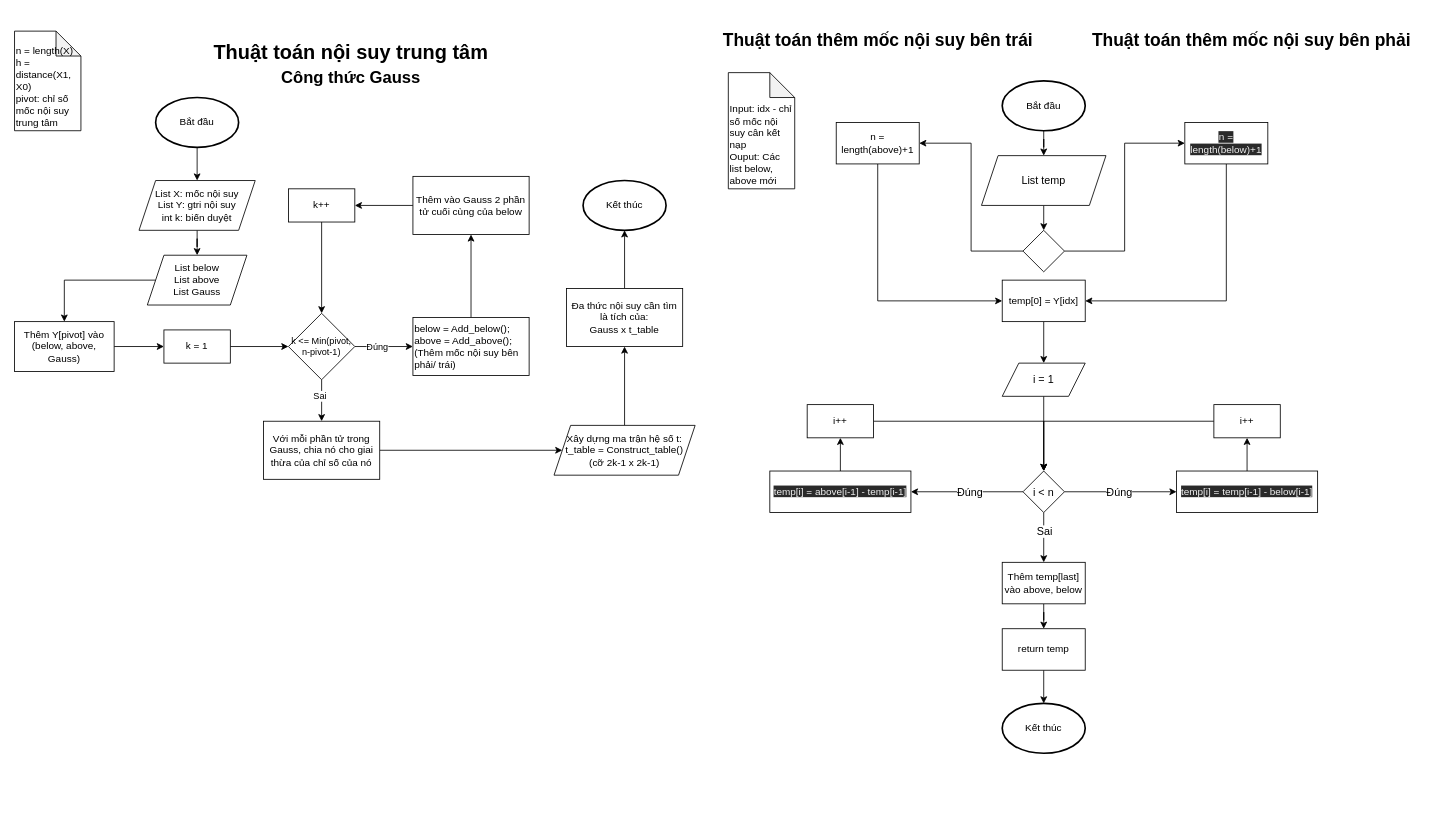
heiung2001/Numerical-Method keeps this draw.io diagram as Week05/Algorithms/Gauss-Central-Interpolation.drawio. Above is the earlier version. Source tidied: cells renumbered, new cells numbered last; positions are measured from the earlier drawing's top-left corner, leaving out a move shared by most shapes. Both pictures are drawn from the tidied source at 83%, with x=0, y=0 at pixel (14, 14).
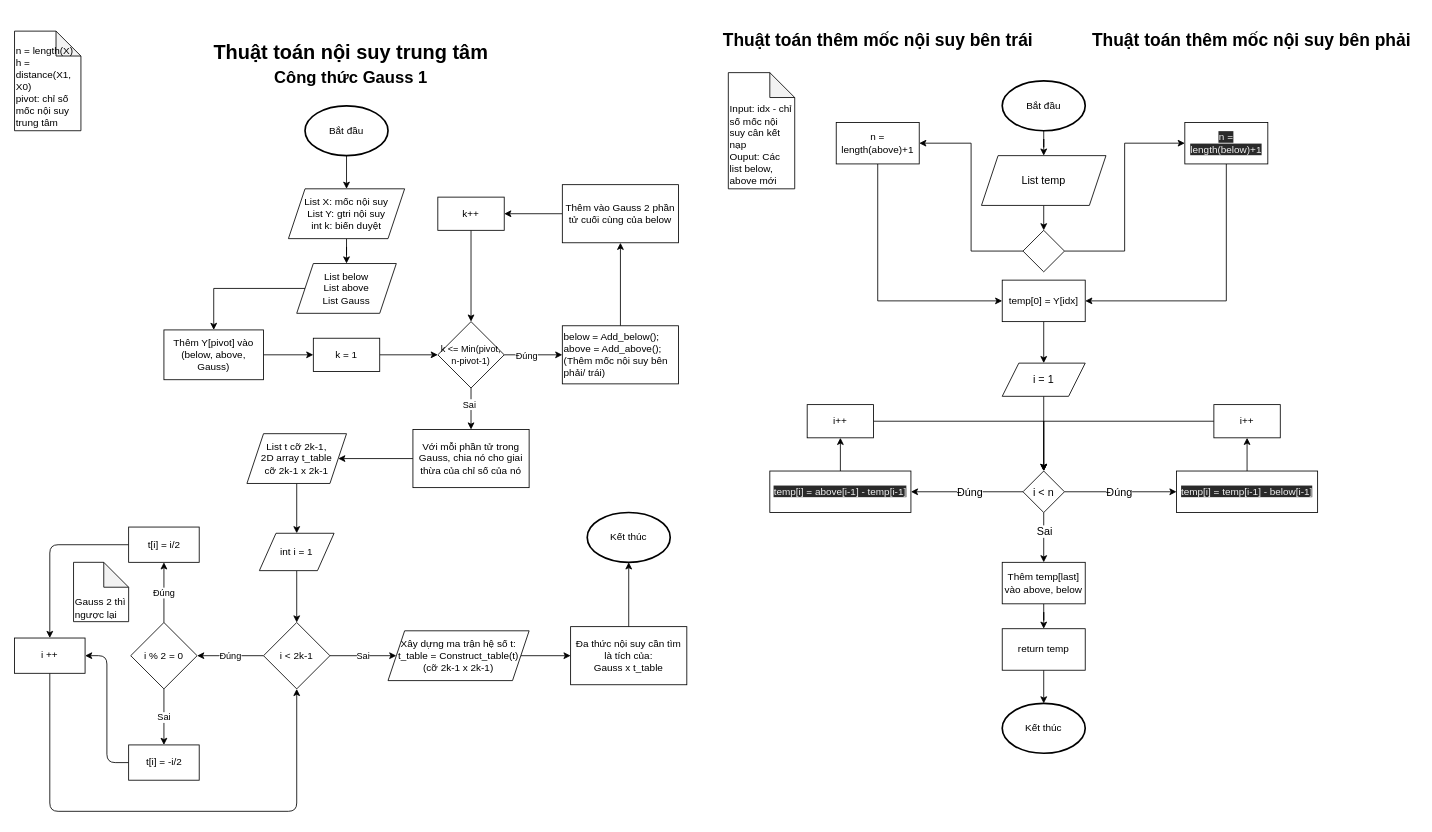
The same page after the edit.

What changed in the source:
```diff
@@
-    <mxCell id="2" value="Thuật toán nội suy trung tâm&lt;br&gt;&lt;font style=&quot;font-size: 20px&quot;&gt;Công thức Gauss&lt;/font&gt;" style="text;strokeColor=none;fillColor=none;html=1;fontSize=24;fontStyle=1;verticalAlign=middle;align=center;" parent="1" vertex="1">
+    <mxCell id="2" value="Thuật toán nội suy trung tâm&lt;br&gt;&lt;font style=&quot;font-size: 20px&quot;&gt;Công thức Gauss 1&lt;/font&gt;" style="text;strokeColor=none;fillColor=none;html=1;fontSize=24;fontStyle=1;verticalAlign=middle;align=center;" parent="1" vertex="1">
       <mxGeometry x="230" y="40" width="350" height="40" as="geometry" />
     </mxCell>
@@
     <mxCell id="4" value="Bắt đầu" style="strokeWidth=2;html=1;shape=mxgraph.flowchart.start_1;whiteSpace=wrap;" parent="1" vertex="1">
-      <mxGeometry x="170" y="100" width="100" height="60" as="geometry" />
+      <mxGeometry x="350" y="110" width="100" height="60" as="geometry" />
     </mxCell>
@@
     <mxCell id="6" value="List X: mốc nội suy&lt;br&gt;List Y: gtri nội suy&lt;br&gt;int k: biến duyệt" style="shape=parallelogram;perimeter=parallelogramPerimeter;whiteSpace=wrap;html=1;fixedSize=1;verticalAlign=middle;" parent="1" vertex="1">
-      <mxGeometry x="150" y="200" width="140" height="60" as="geometry" />
+      <mxGeometry x="330" y="210" width="140" height="60" as="geometry" />
     </mxCell>
@@
     <mxCell id="8" value="List below&lt;br&gt;List above&lt;br&gt;List Gauss" style="shape=parallelogram;perimeter=parallelogramPerimeter;whiteSpace=wrap;html=1;fixedSize=1;" parent="1" vertex="1">
-      <mxGeometry x="160" y="290" width="120" height="60" as="geometry" />
+      <mxGeometry x="340" y="300" width="120" height="60" as="geometry" />
     </mxCell>
@@
     <mxCell id="11" value="k = 1" style="rounded=0;whiteSpace=wrap;html=1;align=center;verticalAlign=middle;" parent="1" vertex="1">
-      <mxGeometry x="180" y="380" width="80" height="40" as="geometry" />
+      <mxGeometry x="360" y="390" width="80" height="40" as="geometry" />
     </mxCell>
@@
     <mxCell id="16" value="k &amp;lt;= Min(pivot, n-pivot-1)" style="rhombus;whiteSpace=wrap;html=1;align=center;verticalAlign=middle;fontSize=11;" parent="1" vertex="1">
-      <mxGeometry x="330" y="360" width="80" height="80" as="geometry" />
+      <mxGeometry x="510" y="370" width="80" height="80" as="geometry" />
     </mxCell>
@@
     <mxCell id="18" value="below = Add_below();&lt;br&gt;above = Add_above();&lt;br&gt;(Thêm mốc nội suy bên phải/ trái)" style="rounded=0;whiteSpace=wrap;html=1;align=left;verticalAlign=top;" parent="1" vertex="1">
-      <mxGeometry x="480" y="365" width="140" height="70" as="geometry" />
+      <mxGeometry x="660" y="375" width="140" height="70" as="geometry" />
     </mxCell>
@@
     <mxCell id="20" value="Thêm Y[pivot] vào (below, above, Gauss)" style="rounded=0;whiteSpace=wrap;html=1;align=center;verticalAlign=middle;" parent="1" vertex="1">
-      <mxGeometry y="370" width="120" height="60" as="geometry" />
+      <mxGeometry x="180" y="380" width="120" height="60" as="geometry" />
     </mxCell>
@@
     <mxCell id="22" value="Thêm vào Gauss 2 phần tử cuối cùng của below" style="rounded=0;whiteSpace=wrap;html=1;align=center;verticalAlign=middle;" parent="1" vertex="1">
-      <mxGeometry x="480" y="195" width="140" height="70" as="geometry" />
+      <mxGeometry x="660" y="205" width="140" height="70" as="geometry" />
     </mxCell>
@@
     <mxCell id="24" value="k++" style="rounded=0;whiteSpace=wrap;html=1;align=center;verticalAlign=middle;" parent="1" vertex="1">
-      <mxGeometry x="330" y="210" width="80" height="40" as="geometry" />
+      <mxGeometry x="510" y="220" width="80" height="40" as="geometry" />
     </mxCell>
-    <mxCell id="25" style="edgeStyle=orthogonalEdgeStyle;rounded=0;jettySize=auto;html=1;entryX=0;entryY=0.5;entryDx=0;entryDy=0;fontSize=11;" parent="1" edge="1" source="26" target="28">
-      <mxGeometry relative="1" as="geometry" />
-    </mxCell>
+    <mxCell id="70" style="edgeStyle=orthogonalEdgeStyle;html=1;" parent="1" edge="1" source="26" target="72">
+      <mxGeometry relative="1" as="geometry" />
+    </mxCell>
     <mxCell id="26" value="Với mỗi phần tử trong Gauss, chia nó cho giai thừa của chỉ số của nó" style="rounded=0;whiteSpace=wrap;html=1;align=center;verticalAlign=middle;" parent="1" vertex="1">
-      <mxGeometry x="300" y="490" width="140" height="70" as="geometry" />
+      <mxGeometry x="480" y="500" width="140" height="70" as="geometry" />
     </mxCell>
-    <mxCell id="27" style="edgeStyle=orthogonalEdgeStyle;rounded=0;jettySize=auto;html=1;entryX=0.5;entryY=1;entryDx=0;entryDy=0;fontSize=11;" parent="1" edge="1" source="28" target="30">
+    <mxCell id="27" style="edgeStyle=orthogonalEdgeStyle;rounded=0;jettySize=auto;html=1;entryX=0;entryY=0.5;entryDx=0;entryDy=0;fontSize=11;" parent="1" edge="1" source="28" target="30">
       <mxGeometry relative="1" as="geometry" />
     </mxCell>
-    <mxCell id="28" value="Xây dựng ma trận hệ số t:&lt;br&gt;t_table = Construct_table()&lt;br&gt;(cỡ 2k-1 x 2k-1)" style="shape=parallelogram;perimeter=parallelogramPerimeter;whiteSpace=wrap;html=1;fixedSize=1;" parent="1" vertex="1">
-      <mxGeometry x="650" y="495" width="170" height="60" as="geometry" />
+    <mxCell id="28" value="Xây dựng ma trận hệ số t:&lt;br&gt;t_table = Construct_table(t)&lt;br&gt;(cỡ 2k-1 x 2k-1)" style="shape=parallelogram;perimeter=parallelogramPerimeter;whiteSpace=wrap;html=1;fixedSize=1;" parent="1" vertex="1">
+      <mxGeometry x="450" y="742.5" width="170" height="60" as="geometry" />
     </mxCell>
@@
     <mxCell id="30" value="Đa thức nội suy cần tìm là tích của:&lt;br&gt;Gauss x t_table" style="rounded=0;whiteSpace=wrap;html=1;align=center;verticalAlign=middle;" parent="1" vertex="1">
-      <mxGeometry x="665" y="330" width="140" height="70" as="geometry" />
+      <mxGeometry x="670" y="737.5" width="140" height="70" as="geometry" />
     </mxCell>
     <mxCell id="31" value="Kết thúc" style="strokeWidth=2;html=1;shape=mxgraph.flowchart.start_1;whiteSpace=wrap;" parent="1" vertex="1">
-      <mxGeometry x="685" y="200" width="100" height="60" as="geometry" />
+      <mxGeometry x="690" y="600" width="100" height="60" as="geometry" />
     </mxCell>
@@
+    <mxCell id="71" style="edgeStyle=orthogonalEdgeStyle;html=1;" parent="1" edge="1" source="72" target="74">
+      <mxGeometry relative="1" as="geometry" />
+    </mxCell>
+    <mxCell id="72" value="List t cỡ 2k-1,&lt;br&gt;2D array t_table&lt;br&gt;cỡ 2k-1 x 2k-1" style="shape=parallelogram;perimeter=parallelogramPerimeter;whiteSpace=wrap;html=1;fixedSize=1;rounded=0;" parent="1" vertex="1">
+      <mxGeometry x="280" y="505" width="120" height="60" as="geometry" />
+    </mxCell>
+    <mxCell id="73" style="edgeStyle=orthogonalEdgeStyle;html=1;" parent="1" edge="1" source="74" target="77">
+      <mxGeometry relative="1" as="geometry" />
+    </mxCell>
+    <mxCell id="74" value="int i = 1" style="shape=parallelogram;perimeter=parallelogramPerimeter;whiteSpace=wrap;html=1;fixedSize=1;rounded=0;" parent="1" vertex="1">
+      <mxGeometry x="295" y="625" width="90" height="45" as="geometry" />
+    </mxCell>
+    <mxCell id="75" value="Đúng" style="edgeStyle=orthogonalEdgeStyle;html=1;" parent="1" edge="1" source="77" target="80">
+      <mxGeometry relative="1" as="geometry" />
+    </mxCell>
+    <mxCell id="76" value="Sai" style="edgeStyle=orthogonalEdgeStyle;html=1;exitX=1;exitY=0.5;exitDx=0;exitDy=0;entryX=0;entryY=0.5;entryDx=0;entryDy=0;" parent="1" edge="1" source="77" target="28">
+      <mxGeometry relative="1" as="geometry" />
+    </mxCell>
+    <mxCell id="77" value="i &amp;lt; 2k-1" style="rhombus;whiteSpace=wrap;html=1;rounded=0;" parent="1" vertex="1">
+      <mxGeometry x="300" y="732.5" width="80" height="80" as="geometry" />
+    </mxCell>
+    <mxCell id="78" value="Đúng" style="edgeStyle=orthogonalEdgeStyle;html=1;" parent="1" edge="1" source="80" target="82">
+      <mxGeometry relative="1" as="geometry" />
+    </mxCell>
+    <mxCell id="79" value="Sai" style="edgeStyle=orthogonalEdgeStyle;html=1;" parent="1" edge="1" source="80" target="84">
+      <mxGeometry relative="1" as="geometry" />
+    </mxCell>
+    <mxCell id="80" value="i % 2 = 0" style="rhombus;whiteSpace=wrap;html=1;rounded=0;" parent="1" vertex="1">
+      <mxGeometry x="140" y="732.5" width="80" height="80" as="geometry" />
+    </mxCell>
+    <mxCell id="81" style="edgeStyle=orthogonalEdgeStyle;html=1;entryX=0.5;entryY=0;entryDx=0;entryDy=0;" parent="1" edge="1" source="82" target="86">
+      <mxGeometry relative="1" as="geometry" />
+    </mxCell>
+    <mxCell id="82" value="t[i] = i/2" style="whiteSpace=wrap;html=1;rounded=0;" parent="1" vertex="1">
+      <mxGeometry x="137.5" y="617.5" width="85" height="42.5" as="geometry" />
+    </mxCell>
+    <mxCell id="83" style="edgeStyle=orthogonalEdgeStyle;html=1;entryX=1;entryY=0.5;entryDx=0;entryDy=0;" parent="1" edge="1" source="84" target="86">
+      <mxGeometry relative="1" as="geometry" />
+    </mxCell>
+    <mxCell id="84" value="t[i] = -i/2" style="whiteSpace=wrap;html=1;rounded=0;" parent="1" vertex="1">
+      <mxGeometry x="137.5" y="880" width="85" height="42.5" as="geometry" />
+    </mxCell>
+    <mxCell id="85" style="edgeStyle=orthogonalEdgeStyle;html=1;entryX=0.5;entryY=1;entryDx=0;entryDy=0;" parent="1" edge="1" source="86" target="77">
+      <mxGeometry relative="1" as="geometry">
+        <Array as="points">
+          <mxPoint x="43" y="960" />
+          <mxPoint x="340" y="960" />
+        </Array>
+      </mxGeometry>
+    </mxCell>
+    <mxCell id="86" value="i ++" style="whiteSpace=wrap;html=1;rounded=0;" parent="1" vertex="1">
+      <mxGeometry y="751.2" width="85" height="42.5" as="geometry" />
+    </mxCell>
+    <mxCell id="87" value="Gauss 2 thì ngược lại" style="shape=note;whiteSpace=wrap;html=1;backgroundOutline=1;darkOpacity=0.05;verticalAlign=bottom;align=left;" parent="1" vertex="1">
+      <mxGeometry x="71.1" y="660" width="66.4" height="71.5" as="geometry" />
+    </mxCell>
```
